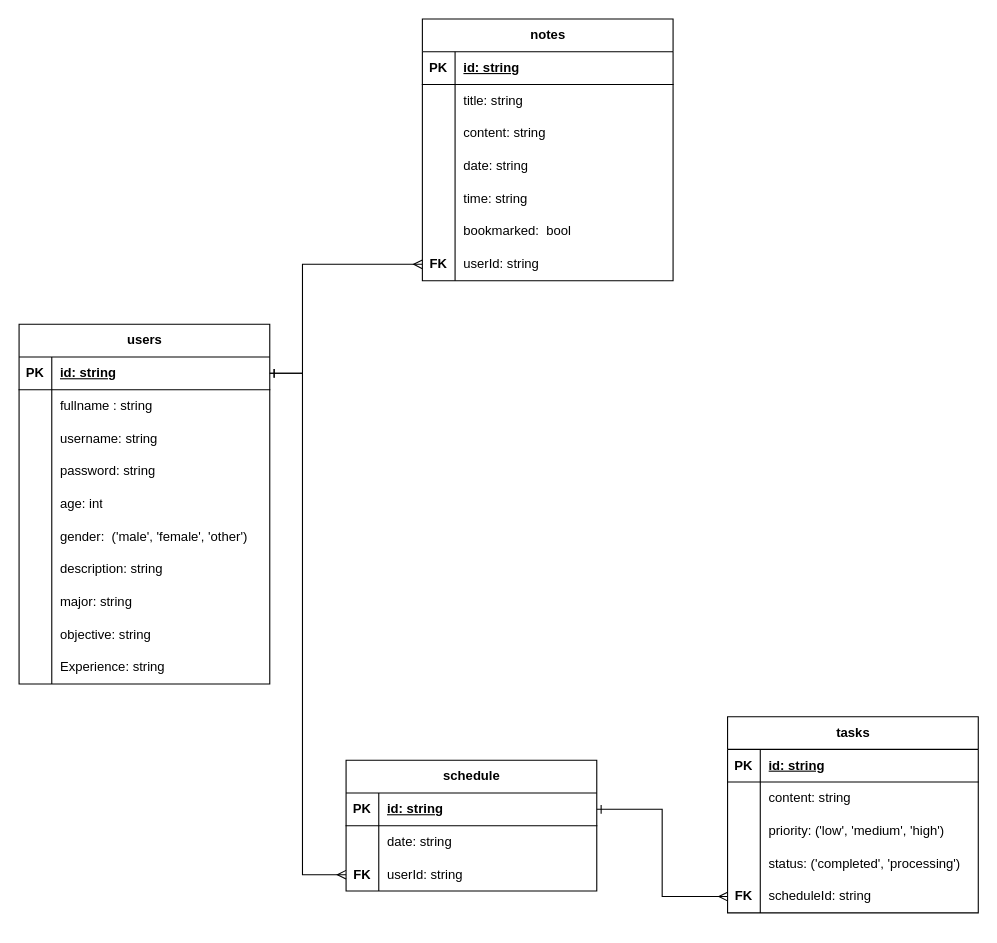
This is learning-table.drawio from DevNguyenPhuong/learning-management, a draw.io file, before an edit. Source tidied: cells renumbered, new cells numbered last; positions are measured from the earlier drawing's top-left corner, leaving out a move shared by most shapes. Both pictures are drawn from the tidied source at 109%, with x=0, y=0 at pixel (19, 19).
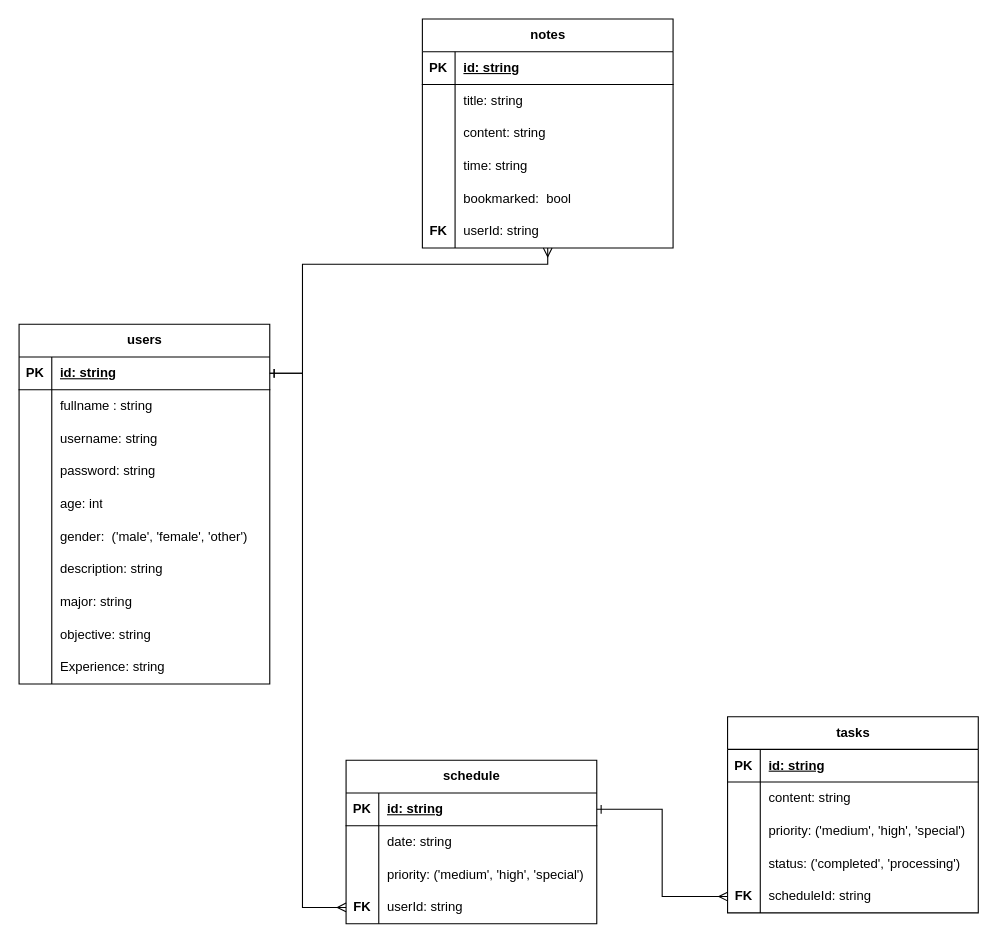
After the change.

Commit message (it also covers changes not shown here):
update app info in readme file

Unchanged cells that the change refers to:
```xml
<mxCell id="3" style="shape=tableRow;horizontal=0;startSize=0;swimlaneHead=0;swimlaneBody=0;fillColor=none;points=[[0,0.5],[1,0.5]];portConstraint=eastwest;top=0;left=0;right=0;bottom=1;" parent="2" vertex="1">
  <mxGeometry y="30" width="230" height="30" as="geometry" />
</mxCell>
<mxCell id="63" style="shape=tableRow;horizontal=0;startSize=0;swimlaneHead=0;swimlaneBody=0;fillColor=none;points=[[0,0.5],[1,0.5]];portConstraint=eastwest;top=0;left=0;right=0;bottom=0;" parent="56" vertex="1">
  <mxGeometry y="90" width="230" height="30" as="geometry" />
</mxCell>
<mxCell id="74" style="shape=tableRow;horizontal=0;startSize=0;swimlaneHead=0;swimlaneBody=0;fillColor=none;top=0;left=0;right=0;bottom=0;" parent="67" vertex="1">
  <mxGeometry y="90" width="230" height="30" as="geometry" />
</mxCell>
```

Diff of the diagram source:
```diff
@@
     <mxCell id="33" value="notes" style="shape=table;startSize=30;childLayout=tableLayout;rowLines=0;fontStyle=1;align=center;html=1;" parent="1" vertex="1">
-      <mxGeometry x="370" width="230" height="240" as="geometry" />
+      <mxGeometry x="370" width="230" height="210" as="geometry" />
     </mxCell>
@@
-    <mxCell id="43" style="shape=tableRow;horizontal=0;startSize=0;swimlaneHead=0;swimlaneBody=0;fillColor=none;points=[[0,0.5],[1,0.5]];portConstraint=eastwest;top=0;left=0;right=0;bottom=0;" parent="33" vertex="1">
-      <mxGeometry y="120" width="230" height="30" as="geometry" />
-    </mxCell>
-    <mxCell id="44" style="shape=partialRectangle;fillColor=none;top=0;left=0;bottom=0;right=0;overflow=hidden;whiteSpace=wrap;html=1;" parent="43" vertex="1">
-      <mxGeometry width="30" height="30" as="geometry" />
-    </mxCell>
-    <mxCell id="45" value="date: string" style="shape=partialRectangle;fillColor=none;top=0;left=0;bottom=0;right=0;align=left;spacingLeft=6;overflow=hidden;whiteSpace=wrap;html=1;" parent="43" vertex="1">
-      <mxGeometry x="30" width="200" height="30" as="geometry" />
-    </mxCell>
     <mxCell id="46" style="shape=tableRow;horizontal=0;startSize=0;swimlaneHead=0;swimlaneBody=0;fillColor=none;top=0;left=0;right=0;bottom=0;" parent="33" vertex="1">
-      <mxGeometry y="150" width="230" height="30" as="geometry" />
+      <mxGeometry y="120" width="230" height="30" as="geometry" />
     </mxCell>
@@
     <mxCell id="49" style="shape=tableRow;horizontal=0;startSize=0;swimlaneHead=0;swimlaneBody=0;fillColor=none;top=0;left=0;right=0;bottom=0;" parent="33" vertex="1">
-      <mxGeometry y="180" width="230" height="30" as="geometry" />
+      <mxGeometry y="150" width="230" height="30" as="geometry" />
     </mxCell>
@@
     <mxCell id="52" style="shape=tableRow;horizontal=0;startSize=0;swimlaneHead=0;swimlaneBody=0;fillColor=none;points=[[0,0.5],[1,0.5]];portConstraint=eastwest;top=0;left=0;right=0;bottom=0;" parent="33" vertex="1">
-      <mxGeometry y="210" width="230" height="30" as="geometry" />
+      <mxGeometry y="180" width="230" height="30" as="geometry" />
     </mxCell>
@@
     <mxCell id="56" value="schedule" style="shape=table;startSize=30;childLayout=tableLayout;rowLines=0;fontStyle=1;align=center;html=1;" parent="1" vertex="1">
-      <mxGeometry x="300" y="680" width="230" height="120" as="geometry" />
+      <mxGeometry x="300" y="680" width="230" height="150" as="geometry" />
     </mxCell>
@@
-    <mxCell id="64" value="&lt;b&gt;FK&lt;/b&gt;" style="shape=partialRectangle;fillColor=none;top=0;left=0;bottom=0;right=0;overflow=hidden;whiteSpace=wrap;html=1;" parent="63" vertex="1">
+    <mxCell id="64" style="shape=partialRectangle;fillColor=none;top=0;left=0;bottom=0;right=0;overflow=hidden;whiteSpace=wrap;html=1;" parent="63" vertex="1">
       <mxGeometry width="30" height="30" as="geometry" />
     </mxCell>
-    <mxCell id="65" value="userId: string" style="shape=partialRectangle;fillColor=none;top=0;left=0;bottom=0;right=0;align=left;spacingLeft=6;overflow=hidden;whiteSpace=wrap;html=1;" parent="63" vertex="1">
+    <mxCell id="65" value="priority: ('medium', 'high', 'special')" style="shape=partialRectangle;fillColor=none;top=0;left=0;bottom=0;right=0;align=left;spacingLeft=6;overflow=hidden;whiteSpace=wrap;html=1;" parent="63" vertex="1">
       <mxGeometry x="30" width="200" height="30" as="geometry" />
     </mxCell>
+    <mxCell id="43" style="shape=tableRow;horizontal=0;startSize=0;swimlaneHead=0;swimlaneBody=0;fillColor=none;points=[[0,0.5],[1,0.5]];portConstraint=eastwest;top=0;left=0;right=0;bottom=0;" parent="56" vertex="1">
+      <mxGeometry y="120" width="230" height="30" as="geometry" />
+    </mxCell>
+    <mxCell id="85" value="&lt;b&gt;FK&lt;/b&gt;" style="shape=partialRectangle;fillColor=none;top=0;left=0;bottom=0;right=0;overflow=hidden;whiteSpace=wrap;html=1;" parent="43" vertex="1">
+      <mxGeometry width="30" height="30" as="geometry" />
+    </mxCell>
+    <mxCell id="86" value="userId: string" style="shape=partialRectangle;fillColor=none;top=0;left=0;bottom=0;right=0;align=left;spacingLeft=6;overflow=hidden;whiteSpace=wrap;html=1;" parent="43" vertex="1">
+      <mxGeometry x="30" width="200" height="30" as="geometry" />
+    </mxCell>
-    <mxCell id="66" style="edgeStyle=orthogonalEdgeStyle;rounded=0;jettySize=auto;html=1;entryX=0;entryY=0.5;entryDx=0;entryDy=0;startArrow=ERone;startFill=0;endArrow=ERmany;endFill=0;" parent="1" edge="1" source="3" target="63">
+    <mxCell id="66" style="edgeStyle=orthogonalEdgeStyle;rounded=0;jettySize=auto;html=1;entryX=0;entryY=0.5;entryDx=0;entryDy=0;startArrow=ERone;startFill=0;endArrow=ERmany;endFill=0;" parent="1" edge="1" source="3" target="43">
       <mxGeometry relative="1" as="geometry">
         <Array as="points">
           <mxPoint x="260" y="325" />
-          <mxPoint x="260" y="785" />
+          <mxPoint x="260" y="815" />
         </Array>
       </mxGeometry>
     </mxCell>
@@
-    <mxCell id="76" value="priority: ('low', 'medium', 'high')" style="shape=partialRectangle;fillColor=none;top=0;left=0;bottom=0;right=0;align=left;spacingLeft=6;overflow=hidden;whiteSpace=wrap;html=1;" parent="74" vertex="1">
+    <mxCell id="76" value="priority: ('medium', 'high', 'special')" style="shape=partialRectangle;fillColor=none;top=0;left=0;bottom=0;right=0;align=left;spacingLeft=6;overflow=hidden;whiteSpace=wrap;html=1;" parent="74" vertex="1">
       <mxGeometry x="30" width="200" height="30" as="geometry" />
     </mxCell>
```
